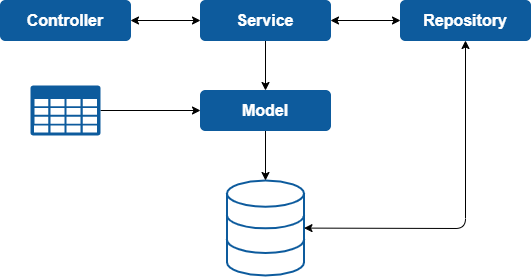
The draw.io diagram src/main/resources/img/cidades-api.png in jadefr/cidades-api, before a commit. Source tidied: cells renumbered, new cells last; positions are measured from the earlier drawing's top-left corner, leaving out a move shared by most shapes.
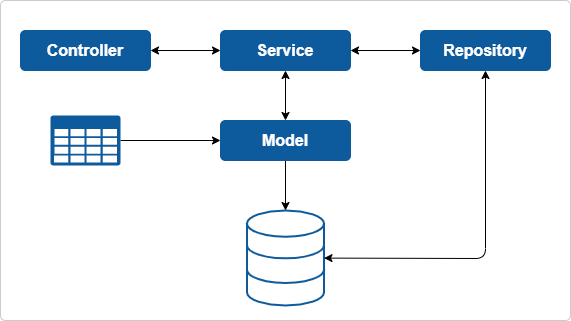
After the change.

What changed in the source:
```diff
@@ -2,6 +2,9 @@
   <root>
     <mxCell id="0" />
     <mxCell id="1" parent="0" />
+    <mxCell id="14" style="html=1;shadow=0;dashed=0;shape=mxgraph.bootstrap.rrect;rSize=5;strokeColor=#CCCCCC;strokeWidth=1;fillColor=none;fontColor=#6C767D;whiteSpace=wrap;align=center;verticalAlign=middle;spacingLeft=0;fontStyle=0;fontSize=16;spacing=5;" parent="1" vertex="1">
+      <mxGeometry x="-20" y="-30" width="570" height="320" as="geometry" />
+    </mxCell>
     <mxCell id="2" style="edgeStyle=none;rounded=0;jettySize=auto;html=1;entryX=0;entryY=0.5;entryDx=0;entryDy=0;entryPerimeter=0;fontColor=#FFFFFF;startArrow=classic;startFill=1;" parent="1" edge="1" source="3" target="9">
       <mxGeometry relative="1" as="geometry" />
     </mxCell>
@@ -20,7 +23,7 @@
     <mxCell id="7" style="edgeStyle=none;rounded=0;jettySize=auto;html=1;fontColor=#FFFFFF;startArrow=classic;startFill=1;" parent="1" edge="1" source="9" target="11">
       <mxGeometry relative="1" as="geometry" />
     </mxCell>
-    <mxCell id="8" style="edgeStyle=none;rounded=0;jettySize=auto;html=1;fontColor=#FFFFFF;" parent="1" edge="1" source="9" target="13">
+    <mxCell id="8" style="edgeStyle=none;rounded=0;jettySize=auto;html=1;fontColor=#FFFFFF;startArrow=classic;startFill=1;" parent="1" edge="1" source="9" target="13">
       <mxGeometry relative="1" as="geometry" />
     </mxCell>
     <mxCell id="9" value="&lt;b&gt;Service&lt;/b&gt;" style="html=1;shadow=0;dashed=0;shape=mxgraph.bootstrap.rrect;rSize=5;strokeColor=#0D5B9D;strokeWidth=1;fillColor=#0D5B9D;fontColor=#FFFFFF;whiteSpace=wrap;align=center;verticalAlign=middle;spacingLeft=0;fontStyle=0;fontSize=16;spacing=5;" parent="1" vertex="1">
```
